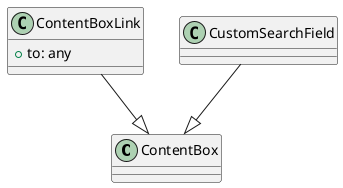
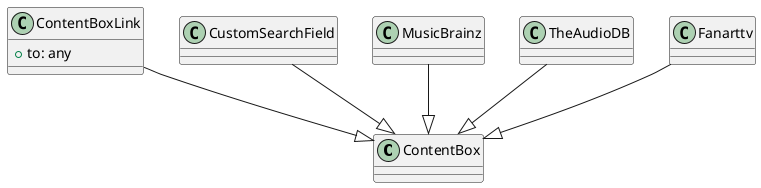
@startuml
class ContentBox {
}

class ContentBoxLink {
  + to: any
}

class CustomSearchField {
}

+ class MusicBrainz {
+ }
+ 
+ class TheAudioDB {
+ }
+ 
+ class Fanarttv {
+ }
+ 
ContentBoxLink --|> ContentBox
CustomSearchField --|> ContentBox
+ MusicBrainz --|> ContentBox
+ TheAudioDB --|> ContentBox
+ Fanarttv --|> ContentBox
@enduml
